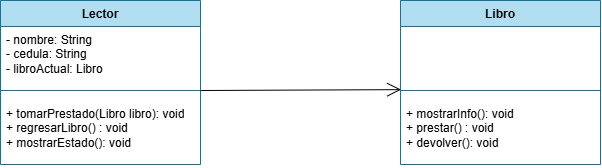
The draw.io diagram src/diagramaAsociacion.drawio.png in Nohemy-nz/TallerAsociacion, before a commit. Source tidied: cells renumbered, new cells last; positions are measured from the earlier drawing's top-left corner, leaving out a move shared by most shapes.
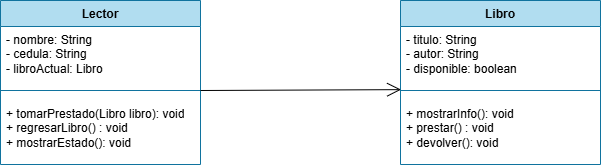
The same diagram one commit later.

Diff of the diagram source:
```diff
@@ -17,7 +17,7 @@
     <mxCell id="6" value="Libro" style="swimlane;fontStyle=1;align=center;verticalAlign=top;horizontal=1;startSize=26;whiteSpace=wrap;html=1;fillColor=#b1ddf0;strokeColor=#10739e;" parent="1" vertex="1">
       <mxGeometry x="400" width="200" height="164" as="geometry" />
     </mxCell>
-    <mxCell id="7" value="- titulo: String&lt;div&gt;- autor: String&lt;/div&gt;&lt;div&gt;- disponible: boolean&lt;/div&gt;&lt;div&gt;&lt;div&gt;&lt;br&gt;&lt;/div&gt;&lt;/div&gt;" style="text;strokeColor=none;fillColor=none;align=left;verticalAlign=top;spacingLeft=4;spacingRight=4;overflow=hidden;whiteSpace=wrap;html=1;fontColor=#FFFFFF;" parent="6" vertex="1">
+    <mxCell id="7" value="- titulo: String&lt;div&gt;- autor: String&lt;/div&gt;&lt;div&gt;- disponible: boolean&lt;/div&gt;&lt;div&gt;&lt;div&gt;&lt;br&gt;&lt;/div&gt;&lt;/div&gt;" style="text;strokeColor=none;fillColor=none;align=left;verticalAlign=top;spacingLeft=4;spacingRight=4;overflow=hidden;whiteSpace=wrap;html=1;" parent="6" vertex="1">
       <mxGeometry y="26" width="200" height="54" as="geometry" />
     </mxCell>
     <mxCell id="8" style="line;strokeWidth=1;fillColor=none;align=left;verticalAlign=middle;spacingTop=-1;spacingLeft=3;spacingRight=3;labelPosition=right;points=[];portConstraint=eastwest;strokeColor=inherit;labelPerimeter=1;" parent="6" vertex="1">
```
